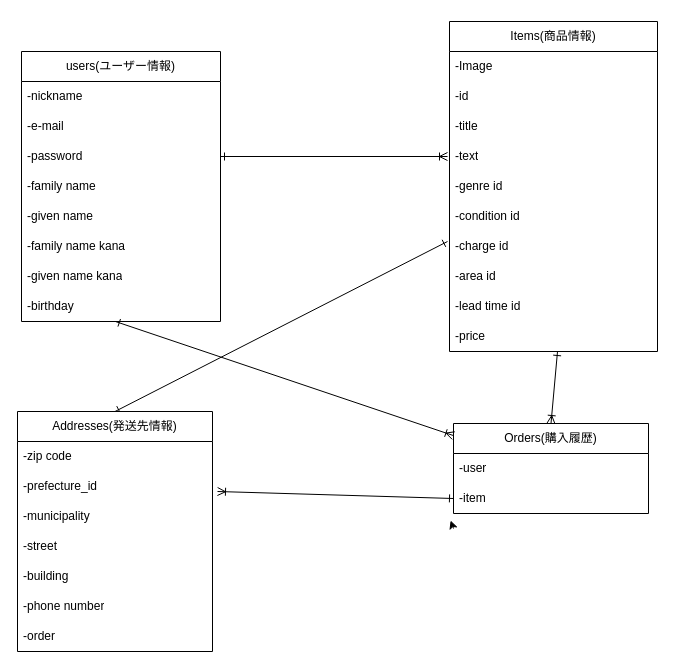
Earlier version of the draw.io diagram ER.dio (Ryuma0724/furima-39794). Source tidied: cells renumbered, new cells numbered last; positions are measured from the earlier drawing's top-left corner, leaving out a move shared by most shapes. Both pictures are drawn from the tidied source at 100%, with x=0, y=0 at pixel (17, 21).
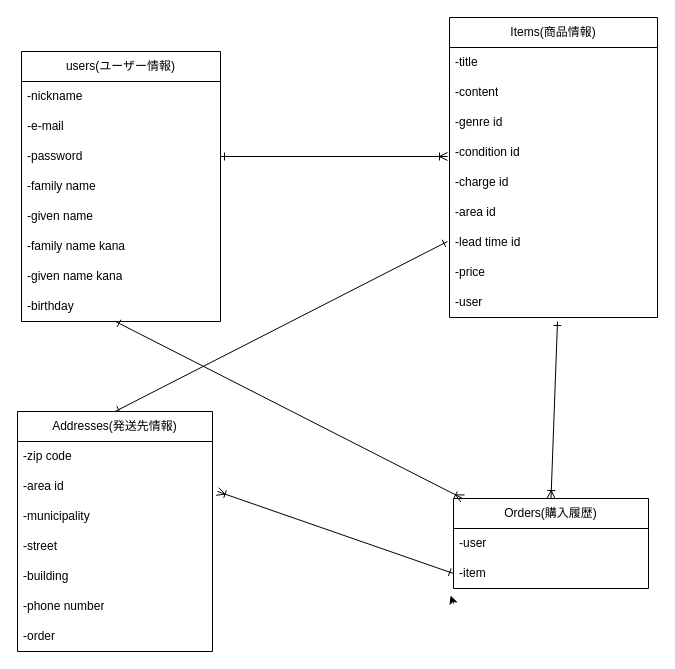
Above is the later version.

Unchanged cells that the change refers to:
```xml
<mxCell id="30" value="Addresses(発送先情報)" style="swimlane;fontStyle=0;horizontal=1;startSize=30;whiteSpace=wrap;html=1;" parent="1" vertex="1">
  <mxGeometry y="390" width="195" height="240" as="geometry" />
</mxCell>
```

Diff of the diagram source:
```diff
@@
     <mxCell id="11" value="Items(商品情報)" style="swimlane;fontStyle=0;horizontal=1;startSize=30;whiteSpace=wrap;html=1;" parent="1" vertex="1">
-      <mxGeometry x="432" width="208" height="330" as="geometry" />
+      <mxGeometry x="432" y="-4" width="208" height="300" as="geometry" />
     </mxCell>
-    <mxCell id="12" value="-Image" style="text;strokeColor=none;fillColor=none;align=left;verticalAlign=middle;spacingLeft=4;spacingRight=4;overflow=hidden;whiteSpace=wrap;html=1;" parent="11" vertex="1">
-      <mxGeometry y="30" width="208" height="30" as="geometry" />
-    </mxCell>
-    <mxCell id="13" value="-id" style="text;strokeColor=none;fillColor=none;align=left;verticalAlign=middle;spacingLeft=4;spacingRight=4;overflow=hidden;whiteSpace=wrap;html=1;" parent="11" vertex="1">
-      <mxGeometry y="60" width="208" height="30" as="geometry" />
-    </mxCell>
     <mxCell id="14" value="-title" style="text;strokeColor=none;fillColor=none;align=left;verticalAlign=middle;spacingLeft=4;spacingRight=4;overflow=hidden;whiteSpace=wrap;html=1;" parent="11" vertex="1">
-      <mxGeometry y="90" width="208" height="30" as="geometry" />
+      <mxGeometry y="30" width="208" height="30" as="geometry" />
     </mxCell>
-    <mxCell id="15" value="-text" style="text;strokeColor=none;fillColor=none;align=left;verticalAlign=middle;spacingLeft=4;spacingRight=4;overflow=hidden;whiteSpace=wrap;html=1;" parent="11" vertex="1">
-      <mxGeometry y="120" width="208" height="30" as="geometry" />
+    <mxCell id="15" value="-content" style="text;strokeColor=none;fillColor=none;align=left;verticalAlign=middle;spacingLeft=4;spacingRight=4;overflow=hidden;whiteSpace=wrap;html=1;" parent="11" vertex="1">
+      <mxGeometry y="60" width="208" height="30" as="geometry" />
     </mxCell>
     <mxCell id="16" value="-genre id" style="text;strokeColor=none;fillColor=none;align=left;verticalAlign=middle;spacingLeft=4;spacingRight=4;overflow=hidden;whiteSpace=wrap;html=1;" parent="11" vertex="1">
-      <mxGeometry y="150" width="208" height="30" as="geometry" />
+      <mxGeometry y="90" width="208" height="30" as="geometry" />
     </mxCell>
     <mxCell id="17" value="-condition id" style="text;strokeColor=none;fillColor=none;align=left;verticalAlign=middle;spacingLeft=4;spacingRight=4;overflow=hidden;whiteSpace=wrap;html=1;" parent="11" vertex="1">
-      <mxGeometry y="180" width="208" height="30" as="geometry" />
+      <mxGeometry y="120" width="208" height="30" as="geometry" />
     </mxCell>
     <mxCell id="18" value="-charge id" style="text;strokeColor=none;fillColor=none;align=left;verticalAlign=middle;spacingLeft=4;spacingRight=4;overflow=hidden;whiteSpace=wrap;html=1;" parent="11" vertex="1">
-      <mxGeometry y="210" width="208" height="30" as="geometry" />
+      <mxGeometry y="150" width="208" height="30" as="geometry" />
     </mxCell>
     <mxCell id="19" value="-area id" style="text;strokeColor=none;fillColor=none;align=left;verticalAlign=middle;spacingLeft=4;spacingRight=4;overflow=hidden;whiteSpace=wrap;html=1;" parent="11" vertex="1">
-      <mxGeometry y="240" width="208" height="30" as="geometry" />
+      <mxGeometry y="180" width="208" height="30" as="geometry" />
     </mxCell>
     <mxCell id="20" value="-lead time id" style="text;strokeColor=none;fillColor=none;align=left;verticalAlign=middle;spacingLeft=4;spacingRight=4;overflow=hidden;whiteSpace=wrap;html=1;" parent="11" vertex="1">
-      <mxGeometry y="270" width="208" height="30" as="geometry" />
+      <mxGeometry y="210" width="208" height="30" as="geometry" />
     </mxCell>
     <mxCell id="21" value="-price" style="text;strokeColor=none;fillColor=none;align=left;verticalAlign=middle;spacingLeft=4;spacingRight=4;overflow=hidden;whiteSpace=wrap;html=1;" parent="11" vertex="1">
-      <mxGeometry y="300" width="208" height="30" as="geometry" />
+      <mxGeometry y="240" width="208" height="30" as="geometry" />
     </mxCell>
+    <mxCell id="39" value="-user" style="text;strokeColor=none;fillColor=none;align=left;verticalAlign=middle;spacingLeft=4;spacingRight=4;overflow=hidden;whiteSpace=wrap;html=1;" parent="11" vertex="1">
+      <mxGeometry y="270" width="208" height="30" as="geometry" />
+    </mxCell>
     <mxCell id="22" style="edgeStyle=none;html=1;exitX=0.5;exitY=0;exitDx=0;exitDy=0;startArrow=ERoneToMany;startFill=0;endArrow=ERone;endFill=0;" parent="1" edge="1" source="23">
       <mxGeometry relative="1" as="geometry">
-        <mxPoint x="540" y="330" as="targetPoint" />
+        <mxPoint x="540" y="300" as="targetPoint" />
       </mxGeometry>
     </mxCell>
     <mxCell id="23" value="Orders(購入履歴)" style="swimlane;fontStyle=0;horizontal=1;startSize=30;whiteSpace=wrap;html=1;" parent="1" vertex="1">
-      <mxGeometry x="436" y="402" width="195" height="90" as="geometry" />
+      <mxGeometry x="436" y="477" width="195" height="90" as="geometry" />
     </mxCell>
@@
+    <mxCell id="26" style="edgeStyle=none;html=1;exitX=0;exitY=0.5;exitDx=0;exitDy=0;entryX=-0.015;entryY=0.233;entryDx=0;entryDy=0;entryPerimeter=0;" parent="23" edge="1">
+      <mxGeometry relative="1" as="geometry">
+        <mxPoint y="105" as="sourcePoint" />
+        <mxPoint x="-2.9" y="97" as="targetPoint" />
+      </mxGeometry>
+    </mxCell>
@@
-    <mxCell id="26" style="edgeStyle=none;html=1;exitX=0;exitY=0.5;exitDx=0;exitDy=0;entryX=-0.015;entryY=0.233;entryDx=0;entryDy=0;entryPerimeter=0;" parent="23" edge="1">
-      <mxGeometry relative="1" as="geometry">
-        <mxPoint y="105" as="sourcePoint" />
-        <mxPoint x="-2.9" y="97" as="targetPoint" />
-      </mxGeometry>
-    </mxCell>
@@
-    <mxCell id="32" value="-prefecture_id" style="text;strokeColor=none;fillColor=none;align=left;verticalAlign=middle;spacingLeft=4;spacingRight=4;overflow=hidden;whiteSpace=wrap;html=1;" parent="30" vertex="1">
+    <mxCell id="32" value="-area id" style="text;strokeColor=none;fillColor=none;align=left;verticalAlign=middle;spacingLeft=4;spacingRight=4;overflow=hidden;whiteSpace=wrap;html=1;" parent="30" vertex="1">
       <mxGeometry y="60" width="195" height="30" as="geometry" />
     </mxCell>
```
